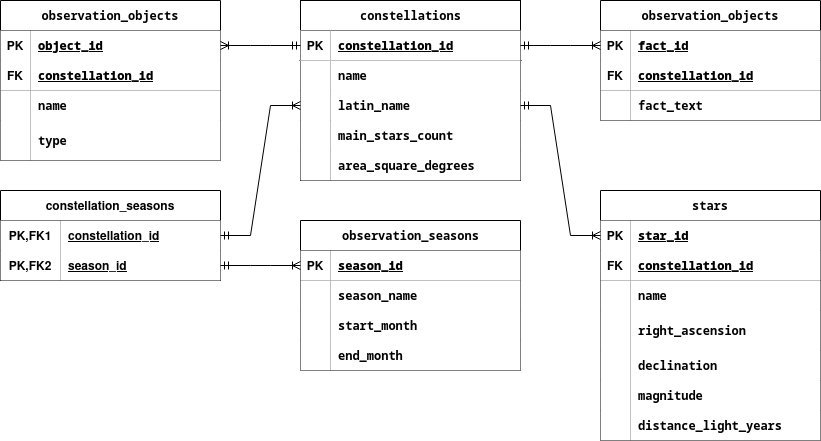
Above: pic/erd.drawio.png in dmpetrow/project_db (draw.io), before the change. Source tidied: cells renumbered, new cells last; positions are measured from the earlier drawing's top-left corner, leaving out a move shared by most shapes.
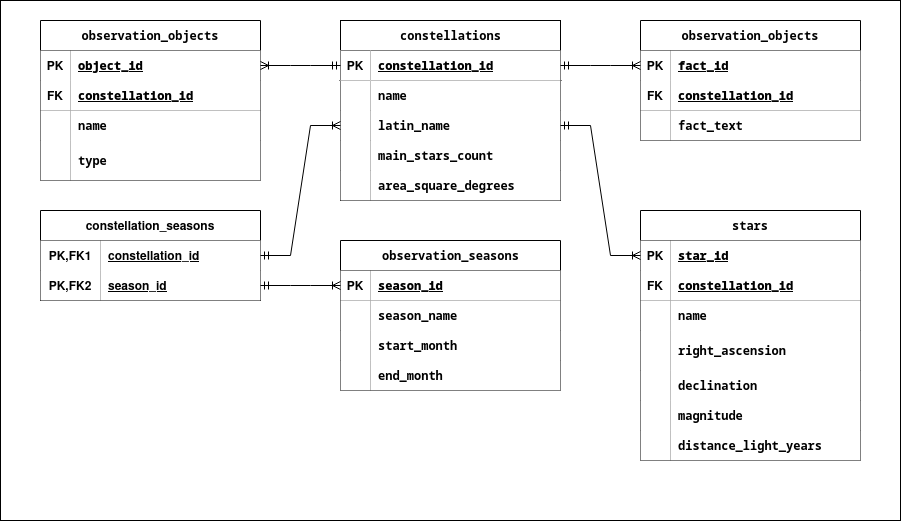
After the commit.

Commit message:
Fix: Обновление схемы

What changed in the source:
```diff
@@ -2,6 +2,9 @@
   <root>
     <mxCell id="0" />
     <mxCell id="1" parent="0" />
+    <mxCell id="88" style="rounded=0;whiteSpace=wrap;html=1;fillColor=default;" parent="1" vertex="1">
+      <mxGeometry x="-40" y="-20" width="900" height="520" as="geometry" />
+    </mxCell>
     <mxCell id="2" value="&lt;code&gt;constellations&lt;/code&gt;" style="shape=table;startSize=30;rowLines=0;fontStyle=1;align=center;html=1;strokeWidth=1;" parent="1" vertex="1">
       <mxGeometry x="300" width="220" height="180" as="geometry" />
     </mxCell>
```
